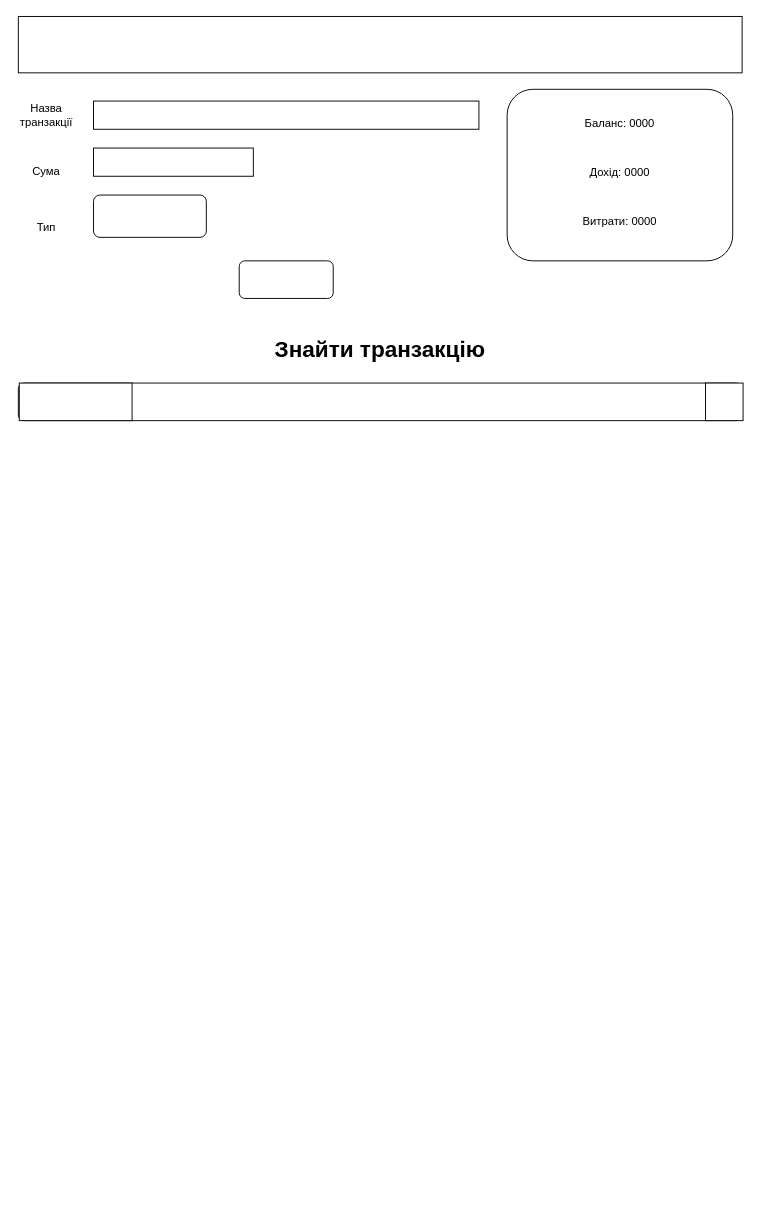
Above: EasyCodeTestTask.drawio in UiMi17/EasyCode-Test-Task (draw.io), before the change. Source tidied: cells renumbered, new cells numbered last; positions are measured from the earlier drawing's top-left corner, leaving out a move shared by most shapes. Both pictures are drawn from the tidied source at 94%, with x=0, y=0 at pixel (18, 16).
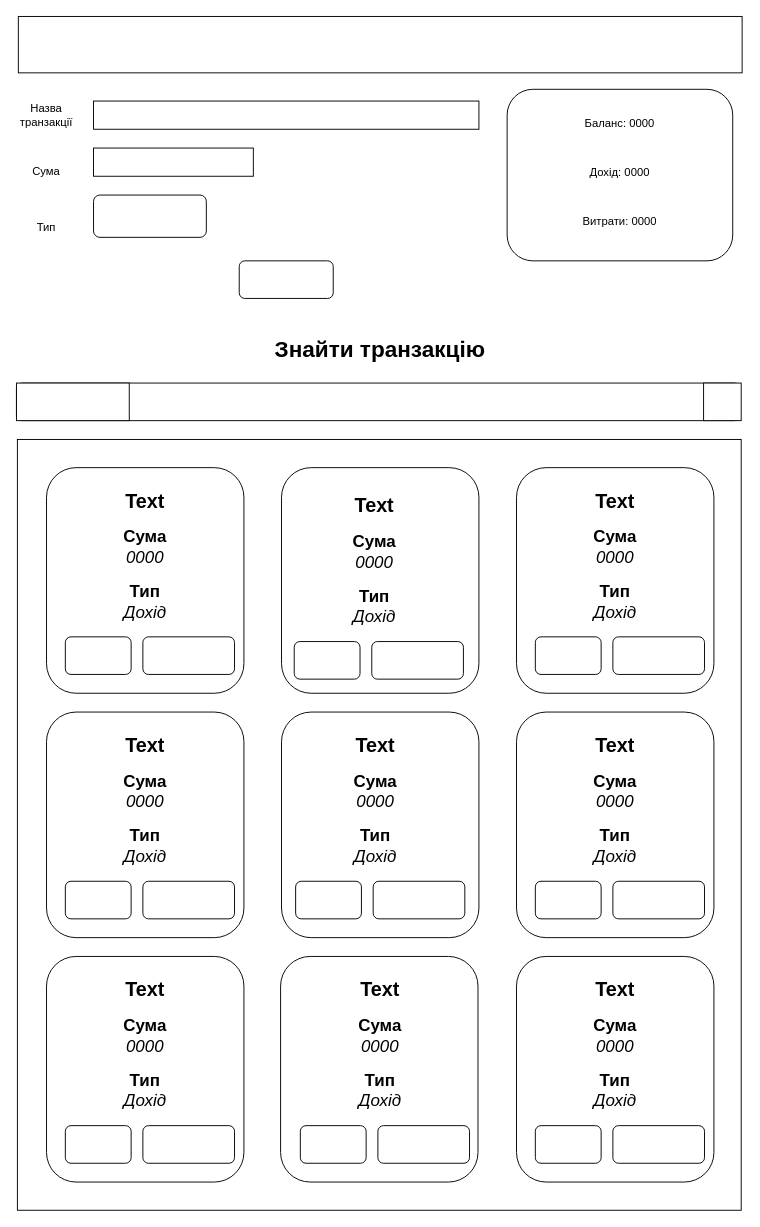
The same diagram, later.

Commit message:
ADDED: transactions list & cards

Diff of the diagram source:
```diff
@@
-    <mxCell id="17" style="group;" parent="1" vertex="1">
-      <mxGeometry y="390" width="771" height="40" as="geometry" />
-    </mxCell>
+    <mxCell id="21" style="rounded=0;whiteSpace=wrap;html=1;" parent="1" vertex="1">
+      <mxGeometry x="-1" y="450" width="770" height="820" as="geometry" />
+    </mxCell>
+    <mxCell id="22" style="group;" parent="1" vertex="1">
+      <mxGeometry x="-2" y="390" width="771" height="40" as="geometry" />
+    </mxCell>
-    <mxCell id="18" style="rounded=1;whiteSpace=wrap;html=1;" parent="17" vertex="1">
+    <mxCell id="18" style="rounded=1;whiteSpace=wrap;html=1;" parent="22" vertex="1">
       <mxGeometry width="770" height="40" as="geometry" />
     </mxCell>
-    <mxCell id="19" style="rounded=0;whiteSpace=wrap;html=1;" parent="17" vertex="1">
-      <mxGeometry x="1" width="120" height="40" as="geometry" />
+    <mxCell id="19" style="rounded=0;whiteSpace=wrap;html=1;" parent="22" vertex="1">
+      <mxGeometry width="120" height="40" as="geometry" />
     </mxCell>
-    <mxCell id="20" style="rounded=0;whiteSpace=wrap;html=1;" parent="17" vertex="1">
+    <mxCell id="20" style="rounded=0;whiteSpace=wrap;html=1;" parent="22" vertex="1">
       <mxGeometry x="731" width="40" height="40" as="geometry" />
     </mxCell>
+    <mxCell id="23" style="rounded=1;whiteSpace=wrap;html=1;" parent="1" vertex="1">
+      <mxGeometry x="530" y="480" width="210" height="240" as="geometry" />
+    </mxCell>
+    <mxCell id="24" style="rounded=1;whiteSpace=wrap;html=1;" parent="1" vertex="1">
+      <mxGeometry x="280" y="480" width="210" height="240" as="geometry" />
+    </mxCell>
+    <mxCell id="25" style="rounded=1;whiteSpace=wrap;html=1;" parent="1" vertex="1">
+      <mxGeometry x="30" y="740" width="210" height="240" as="geometry" />
+    </mxCell>
+    <mxCell id="26" style="rounded=1;whiteSpace=wrap;html=1;" parent="1" vertex="1">
+      <mxGeometry x="280" y="740" width="210" height="240" as="geometry" />
+    </mxCell>
+    <mxCell id="27" style="rounded=1;whiteSpace=wrap;html=1;" parent="1" vertex="1">
+      <mxGeometry x="530" y="740" width="210" height="240" as="geometry" />
+    </mxCell>
+    <mxCell id="28" style="rounded=1;whiteSpace=wrap;html=1;" parent="1" vertex="1">
+      <mxGeometry x="530" y="1000" width="210" height="240" as="geometry" />
+    </mxCell>
+    <mxCell id="29" style="rounded=1;whiteSpace=wrap;html=1;" parent="1" vertex="1">
+      <mxGeometry x="279" y="1000" width="210" height="240" as="geometry" />
+    </mxCell>
+    <mxCell id="30" style="rounded=1;whiteSpace=wrap;html=1;" parent="1" vertex="1">
+      <mxGeometry x="30" y="1000" width="210" height="240" as="geometry" />
+    </mxCell>
+    <mxCell id="31" style="group;" parent="1" vertex="1">
+      <mxGeometry x="50" y="1010" width="180" height="210" as="geometry" />
+    </mxCell>
+    <mxCell id="32" value="&lt;font style=&quot;font-size: 21px;&quot;&gt;&lt;b&gt;Text&lt;/b&gt;&lt;/font&gt;" style="text;html=1;strokeColor=none;fillColor=none;align=center;verticalAlign=middle;whiteSpace=wrap;rounded=0;" parent="31" vertex="1">
+      <mxGeometry x="10" width="150" height="50" as="geometry" />
+    </mxCell>
+    <mxCell id="33" value="&lt;font style=&quot;font-size: 18px;&quot;&gt;&lt;b&gt;Сума&lt;/b&gt; &lt;i&gt;0000&lt;/i&gt;&lt;/font&gt;" style="text;html=1;strokeColor=none;fillColor=none;align=center;verticalAlign=middle;whiteSpace=wrap;rounded=0;" parent="31" vertex="1">
+      <mxGeometry x="55" y="55" width="60" height="40" as="geometry" />
+    </mxCell>
+    <mxCell id="34" value="&lt;font style=&quot;font-size: 18px;&quot;&gt;&lt;b&gt;Тип &lt;/b&gt;&lt;i&gt;Дохід&lt;/i&gt;&lt;/font&gt;" style="text;html=1;strokeColor=none;fillColor=none;align=center;verticalAlign=middle;whiteSpace=wrap;rounded=0;" parent="31" vertex="1">
+      <mxGeometry x="55" y="110" width="60" height="45" as="geometry" />
+    </mxCell>
+    <mxCell id="35" style="rounded=1;whiteSpace=wrap;html=1;" parent="31" vertex="1">
+      <mxGeometry y="170" width="70" height="40" as="geometry" />
+    </mxCell>
+    <mxCell id="36" style="rounded=1;whiteSpace=wrap;html=1;" parent="31" vertex="1">
+      <mxGeometry x="82.5" y="170" width="97.5" height="40" as="geometry" />
+    </mxCell>
+    <mxCell id="37" style="group;" parent="1" vertex="1">
+      <mxGeometry x="293.5" y="495" width="180" height="210" as="geometry" />
+    </mxCell>
+    <mxCell id="38" value="&lt;font style=&quot;font-size: 21px;&quot;&gt;&lt;b&gt;Text&lt;/b&gt;&lt;/font&gt;" style="text;html=1;strokeColor=none;fillColor=none;align=center;verticalAlign=middle;whiteSpace=wrap;rounded=0;" parent="37" vertex="1">
+      <mxGeometry x="10" width="150" height="50" as="geometry" />
+    </mxCell>
+    <mxCell id="39" value="&lt;font style=&quot;font-size: 18px;&quot;&gt;&lt;b&gt;Сума&lt;/b&gt; &lt;i&gt;0000&lt;/i&gt;&lt;/font&gt;" style="text;html=1;strokeColor=none;fillColor=none;align=center;verticalAlign=middle;whiteSpace=wrap;rounded=0;" parent="37" vertex="1">
+      <mxGeometry x="55" y="55" width="60" height="40" as="geometry" />
+    </mxCell>
+    <mxCell id="40" value="&lt;font style=&quot;font-size: 18px;&quot;&gt;&lt;b&gt;Тип &lt;/b&gt;&lt;i&gt;Дохід&lt;/i&gt;&lt;/font&gt;" style="text;html=1;strokeColor=none;fillColor=none;align=center;verticalAlign=middle;whiteSpace=wrap;rounded=0;" parent="37" vertex="1">
+      <mxGeometry x="55" y="110" width="60" height="45" as="geometry" />
+    </mxCell>
+    <mxCell id="41" style="rounded=1;whiteSpace=wrap;html=1;" parent="37" vertex="1">
+      <mxGeometry y="170" width="70" height="40" as="geometry" />
+    </mxCell>
+    <mxCell id="42" style="rounded=1;whiteSpace=wrap;html=1;" parent="37" vertex="1">
+      <mxGeometry x="82.5" y="170" width="97.5" height="40" as="geometry" />
+    </mxCell>
+    <mxCell id="43" style="group;" parent="1" vertex="1">
+      <mxGeometry x="550" y="750" width="180" height="210" as="geometry" />
+    </mxCell>
+    <mxCell id="44" value="&lt;font style=&quot;font-size: 21px;&quot;&gt;&lt;b&gt;Text&lt;/b&gt;&lt;/font&gt;" style="text;html=1;strokeColor=none;fillColor=none;align=center;verticalAlign=middle;whiteSpace=wrap;rounded=0;" parent="43" vertex="1">
+      <mxGeometry x="10" width="150" height="50" as="geometry" />
+    </mxCell>
+    <mxCell id="45" value="&lt;font style=&quot;font-size: 18px;&quot;&gt;&lt;b&gt;Сума&lt;/b&gt; &lt;i&gt;0000&lt;/i&gt;&lt;/font&gt;" style="text;html=1;strokeColor=none;fillColor=none;align=center;verticalAlign=middle;whiteSpace=wrap;rounded=0;" parent="43" vertex="1">
+      <mxGeometry x="55" y="55" width="60" height="40" as="geometry" />
+    </mxCell>
+    <mxCell id="46" value="&lt;font style=&quot;font-size: 18px;&quot;&gt;&lt;b&gt;Тип &lt;/b&gt;&lt;i&gt;Дохід&lt;/i&gt;&lt;/font&gt;" style="text;html=1;strokeColor=none;fillColor=none;align=center;verticalAlign=middle;whiteSpace=wrap;rounded=0;" parent="43" vertex="1">
+      <mxGeometry x="55" y="110" width="60" height="45" as="geometry" />
+    </mxCell>
+    <mxCell id="47" style="rounded=1;whiteSpace=wrap;html=1;" parent="43" vertex="1">
+      <mxGeometry y="170" width="70" height="40" as="geometry" />
+    </mxCell>
+    <mxCell id="48" style="rounded=1;whiteSpace=wrap;html=1;" parent="43" vertex="1">
+      <mxGeometry x="82.5" y="170" width="97.5" height="40" as="geometry" />
+    </mxCell>
+    <mxCell id="49" style="group;" parent="1" vertex="1">
+      <mxGeometry x="295" y="750" width="180" height="210" as="geometry" />
+    </mxCell>
+    <mxCell id="50" value="&lt;font style=&quot;font-size: 21px;&quot;&gt;&lt;b&gt;Text&lt;/b&gt;&lt;/font&gt;" style="text;html=1;strokeColor=none;fillColor=none;align=center;verticalAlign=middle;whiteSpace=wrap;rounded=0;" parent="49" vertex="1">
+      <mxGeometry x="10" width="150" height="50" as="geometry" />
+    </mxCell>
+    <mxCell id="51" value="&lt;font style=&quot;font-size: 18px;&quot;&gt;&lt;b&gt;Сума&lt;/b&gt; &lt;i&gt;0000&lt;/i&gt;&lt;/font&gt;" style="text;html=1;strokeColor=none;fillColor=none;align=center;verticalAlign=middle;whiteSpace=wrap;rounded=0;" parent="49" vertex="1">
+      <mxGeometry x="55" y="55" width="60" height="40" as="geometry" />
+    </mxCell>
+    <mxCell id="52" value="&lt;font style=&quot;font-size: 18px;&quot;&gt;&lt;b&gt;Тип &lt;/b&gt;&lt;i&gt;Дохід&lt;/i&gt;&lt;/font&gt;" style="text;html=1;strokeColor=none;fillColor=none;align=center;verticalAlign=middle;whiteSpace=wrap;rounded=0;" parent="49" vertex="1">
+      <mxGeometry x="55" y="110" width="60" height="45" as="geometry" />
+    </mxCell>
+    <mxCell id="53" style="rounded=1;whiteSpace=wrap;html=1;" parent="49" vertex="1">
+      <mxGeometry y="170" width="70" height="40" as="geometry" />
+    </mxCell>
+    <mxCell id="54" style="rounded=1;whiteSpace=wrap;html=1;" parent="49" vertex="1">
+      <mxGeometry x="82.5" y="170" width="97.5" height="40" as="geometry" />
+    </mxCell>
+    <mxCell id="55" style="group;" parent="1" vertex="1">
+      <mxGeometry x="50" y="750" width="180" height="210" as="geometry" />
+    </mxCell>
+    <mxCell id="56" value="&lt;font style=&quot;font-size: 21px;&quot;&gt;&lt;b&gt;Text&lt;/b&gt;&lt;/font&gt;" style="text;html=1;strokeColor=none;fillColor=none;align=center;verticalAlign=middle;whiteSpace=wrap;rounded=0;" parent="55" vertex="1">
+      <mxGeometry x="10" width="150" height="50" as="geometry" />
+    </mxCell>
+    <mxCell id="57" value="&lt;font style=&quot;font-size: 18px;&quot;&gt;&lt;b&gt;Сума&lt;/b&gt; &lt;i&gt;0000&lt;/i&gt;&lt;/font&gt;" style="text;html=1;strokeColor=none;fillColor=none;align=center;verticalAlign=middle;whiteSpace=wrap;rounded=0;" parent="55" vertex="1">
+      <mxGeometry x="55" y="55" width="60" height="40" as="geometry" />
+    </mxCell>
+    <mxCell id="58" value="&lt;font style=&quot;font-size: 18px;&quot;&gt;&lt;b&gt;Тип &lt;/b&gt;&lt;i&gt;Дохід&lt;/i&gt;&lt;/font&gt;" style="text;html=1;strokeColor=none;fillColor=none;align=center;verticalAlign=middle;whiteSpace=wrap;rounded=0;" parent="55" vertex="1">
+      <mxGeometry x="55" y="110" width="60" height="45" as="geometry" />
+    </mxCell>
+    <mxCell id="59" style="rounded=1;whiteSpace=wrap;html=1;" parent="55" vertex="1">
+      <mxGeometry y="170" width="70" height="40" as="geometry" />
+    </mxCell>
+    <mxCell id="60" style="rounded=1;whiteSpace=wrap;html=1;" parent="55" vertex="1">
+      <mxGeometry x="82.5" y="170" width="97.5" height="40" as="geometry" />
+    </mxCell>
+    <mxCell id="61" style="group;" parent="1" vertex="1">
+      <mxGeometry x="550" y="490" width="180" height="210" as="geometry" />
+    </mxCell>
+    <mxCell id="62" value="&lt;font style=&quot;font-size: 21px;&quot;&gt;&lt;b&gt;Text&lt;/b&gt;&lt;/font&gt;" style="text;html=1;strokeColor=none;fillColor=none;align=center;verticalAlign=middle;whiteSpace=wrap;rounded=0;" parent="61" vertex="1">
+      <mxGeometry x="10" width="150" height="50" as="geometry" />
+    </mxCell>
+    <mxCell id="63" value="&lt;font style=&quot;font-size: 18px;&quot;&gt;&lt;b&gt;Сума&lt;/b&gt; &lt;i&gt;0000&lt;/i&gt;&lt;/font&gt;" style="text;html=1;strokeColor=none;fillColor=none;align=center;verticalAlign=middle;whiteSpace=wrap;rounded=0;" parent="61" vertex="1">
+      <mxGeometry x="55" y="55" width="60" height="40" as="geometry" />
+    </mxCell>
+    <mxCell id="64" value="&lt;font style=&quot;font-size: 18px;&quot;&gt;&lt;b&gt;Тип &lt;/b&gt;&lt;i&gt;Дохід&lt;/i&gt;&lt;/font&gt;" style="text;html=1;strokeColor=none;fillColor=none;align=center;verticalAlign=middle;whiteSpace=wrap;rounded=0;" parent="61" vertex="1">
+      <mxGeometry x="55" y="110" width="60" height="45" as="geometry" />
+    </mxCell>
+    <mxCell id="65" style="rounded=1;whiteSpace=wrap;html=1;" parent="61" vertex="1">
+      <mxGeometry y="170" width="70" height="40" as="geometry" />
+    </mxCell>
+    <mxCell id="66" style="rounded=1;whiteSpace=wrap;html=1;" parent="61" vertex="1">
+      <mxGeometry x="82.5" y="170" width="97.5" height="40" as="geometry" />
+    </mxCell>
+    <mxCell id="67" style="group;" parent="1" vertex="1">
+      <mxGeometry x="550" y="1010" width="180" height="210" as="geometry" />
+    </mxCell>
+    <mxCell id="68" value="&lt;font style=&quot;font-size: 21px;&quot;&gt;&lt;b&gt;Text&lt;/b&gt;&lt;/font&gt;" style="text;html=1;strokeColor=none;fillColor=none;align=center;verticalAlign=middle;whiteSpace=wrap;rounded=0;" parent="67" vertex="1">
+      <mxGeometry x="10" width="150" height="50" as="geometry" />
+    </mxCell>
+    <mxCell id="69" value="&lt;font style=&quot;font-size: 18px;&quot;&gt;&lt;b&gt;Сума&lt;/b&gt; &lt;i&gt;0000&lt;/i&gt;&lt;/font&gt;" style="text;html=1;strokeColor=none;fillColor=none;align=center;verticalAlign=middle;whiteSpace=wrap;rounded=0;" parent="67" vertex="1">
+      <mxGeometry x="55" y="55" width="60" height="40" as="geometry" />
+    </mxCell>
+    <mxCell id="70" value="&lt;font style=&quot;font-size: 18px;&quot;&gt;&lt;b&gt;Тип &lt;/b&gt;&lt;i&gt;Дохід&lt;/i&gt;&lt;/font&gt;" style="text;html=1;strokeColor=none;fillColor=none;align=center;verticalAlign=middle;whiteSpace=wrap;rounded=0;" parent="67" vertex="1">
+      <mxGeometry x="55" y="110" width="60" height="45" as="geometry" />
+    </mxCell>
+    <mxCell id="71" style="rounded=1;whiteSpace=wrap;html=1;" parent="67" vertex="1">
+      <mxGeometry y="170" width="70" height="40" as="geometry" />
+    </mxCell>
+    <mxCell id="72" style="rounded=1;whiteSpace=wrap;html=1;" parent="67" vertex="1">
+      <mxGeometry x="82.5" y="170" width="97.5" height="40" as="geometry" />
+    </mxCell>
+    <mxCell id="73" style="group;" parent="1" vertex="1">
+      <mxGeometry x="300" y="1010" width="180" height="210" as="geometry" />
+    </mxCell>
+    <mxCell id="74" value="&lt;font style=&quot;font-size: 21px;&quot;&gt;&lt;b&gt;Text&lt;/b&gt;&lt;/font&gt;" style="text;html=1;strokeColor=none;fillColor=none;align=center;verticalAlign=middle;whiteSpace=wrap;rounded=0;" parent="73" vertex="1">
+      <mxGeometry x="10" width="150" height="50" as="geometry" />
+    </mxCell>
+    <mxCell id="75" value="&lt;font style=&quot;font-size: 18px;&quot;&gt;&lt;b&gt;Сума&lt;/b&gt; &lt;i&gt;0000&lt;/i&gt;&lt;/font&gt;" style="text;html=1;strokeColor=none;fillColor=none;align=center;verticalAlign=middle;whiteSpace=wrap;rounded=0;" parent="73" vertex="1">
+      <mxGeometry x="55" y="55" width="60" height="40" as="geometry" />
+    </mxCell>
+    <mxCell id="76" value="&lt;font style=&quot;font-size: 18px;&quot;&gt;&lt;b&gt;Тип &lt;/b&gt;&lt;i&gt;Дохід&lt;/i&gt;&lt;/font&gt;" style="text;html=1;strokeColor=none;fillColor=none;align=center;verticalAlign=middle;whiteSpace=wrap;rounded=0;" parent="73" vertex="1">
+      <mxGeometry x="55" y="110" width="60" height="45" as="geometry" />
+    </mxCell>
+    <mxCell id="77" style="rounded=1;whiteSpace=wrap;html=1;" parent="73" vertex="1">
+      <mxGeometry y="170" width="70" height="40" as="geometry" />
+    </mxCell>
+    <mxCell id="78" style="rounded=1;whiteSpace=wrap;html=1;" parent="73" vertex="1">
+      <mxGeometry x="82.5" y="170" width="97.5" height="40" as="geometry" />
+    </mxCell>
+    <mxCell id="79" style="group;" parent="1" vertex="1">
+      <mxGeometry x="30" y="480" width="210" height="240" as="geometry" />
+    </mxCell>
+    <mxCell id="80" style="rounded=1;whiteSpace=wrap;html=1;" parent="79" vertex="1">
+      <mxGeometry width="210" height="240" as="geometry" />
+    </mxCell>
+    <mxCell id="81" style="group;" parent="79" vertex="1">
+      <mxGeometry x="20" y="10" width="180" height="210" as="geometry" />
+    </mxCell>
+    <mxCell id="82" value="&lt;font style=&quot;font-size: 21px;&quot;&gt;&lt;b&gt;Text&lt;/b&gt;&lt;/font&gt;" style="text;html=1;strokeColor=none;fillColor=none;align=center;verticalAlign=middle;whiteSpace=wrap;rounded=0;" parent="81" vertex="1">
+      <mxGeometry x="10" width="150" height="50" as="geometry" />
+    </mxCell>
+    <mxCell id="83" value="&lt;font style=&quot;font-size: 18px;&quot;&gt;&lt;b&gt;Сума&lt;/b&gt; &lt;i&gt;0000&lt;/i&gt;&lt;/font&gt;" style="text;html=1;strokeColor=none;fillColor=none;align=center;verticalAlign=middle;whiteSpace=wrap;rounded=0;" parent="81" vertex="1">
+      <mxGeometry x="55" y="55" width="60" height="40" as="geometry" />
+    </mxCell>
+    <mxCell id="84" value="&lt;font style=&quot;font-size: 18px;&quot;&gt;&lt;b&gt;Тип &lt;/b&gt;&lt;i&gt;Дохід&lt;/i&gt;&lt;/font&gt;" style="text;html=1;strokeColor=none;fillColor=none;align=center;verticalAlign=middle;whiteSpace=wrap;rounded=0;" parent="81" vertex="1">
+      <mxGeometry x="55" y="110" width="60" height="45" as="geometry" />
+    </mxCell>
+    <mxCell id="85" style="rounded=1;whiteSpace=wrap;html=1;" parent="81" vertex="1">
+      <mxGeometry y="170" width="70" height="40" as="geometry" />
+    </mxCell>
+    <mxCell id="86" style="rounded=1;whiteSpace=wrap;html=1;" parent="81" vertex="1">
+      <mxGeometry x="82.5" y="170" width="97.5" height="40" as="geometry" />
+    </mxCell>
```
